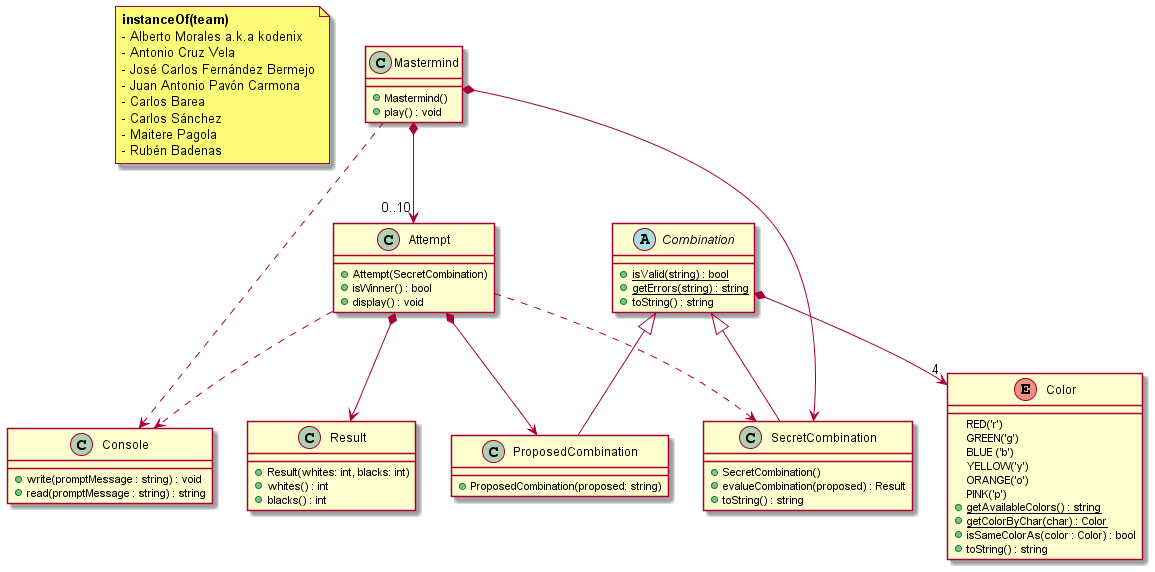
This is out/Mastermind.png from Master-Desarrollo-20-21/ejercicio-1-relaciones-entre-clases-rbadenas, a PlantUML export, as it was before one commit.
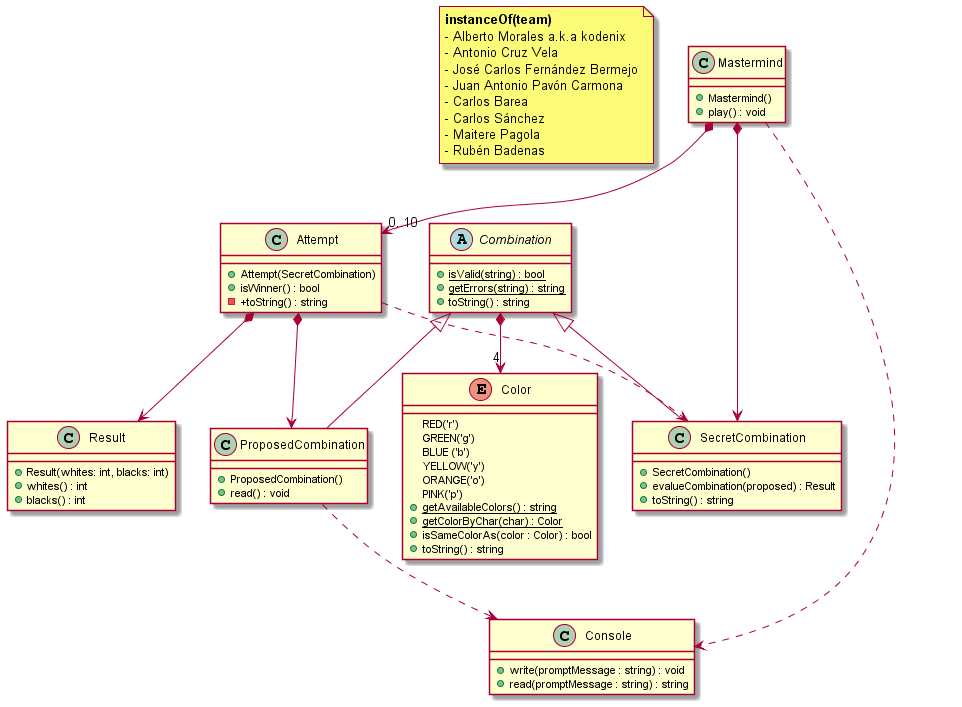
The same diagram one commit later.

What changed in the source:
```diff
@@ -21,7 +21,7 @@
 class Attempt{
     +Attempt(SecretCombination)
     +isWinner() : bool
-    +display() : void
+-   +toString() : string
 }
 
 
@@ -57,7 +57,8 @@
 }
 
 class ProposedCombination{
-    +ProposedCombination(proposed: string)
+    +ProposedCombination()
+    +read() : void
 }
 
 class Console{
@@ -67,18 +68,20 @@
 
 
 
+
+Mastermind *--> "0..10" Attempt
 Mastermind *--> SecretCombination
-Mastermind *--> "0..10" Attempt
 
 Combination ^-- SecretCombination
 Combination ^-- ProposedCombination
 Combination *--> "4" Color
 
+Attempt ..> SecretCombination
+Attempt *--> Result
 Attempt *--> ProposedCombination
-Attempt *--> Result
-Attempt ..> SecretCombination
 
+ProposedCombination ..> Console
 Mastermind ..> Console
-Attempt ..> Console
+
 
 @enduml
```
